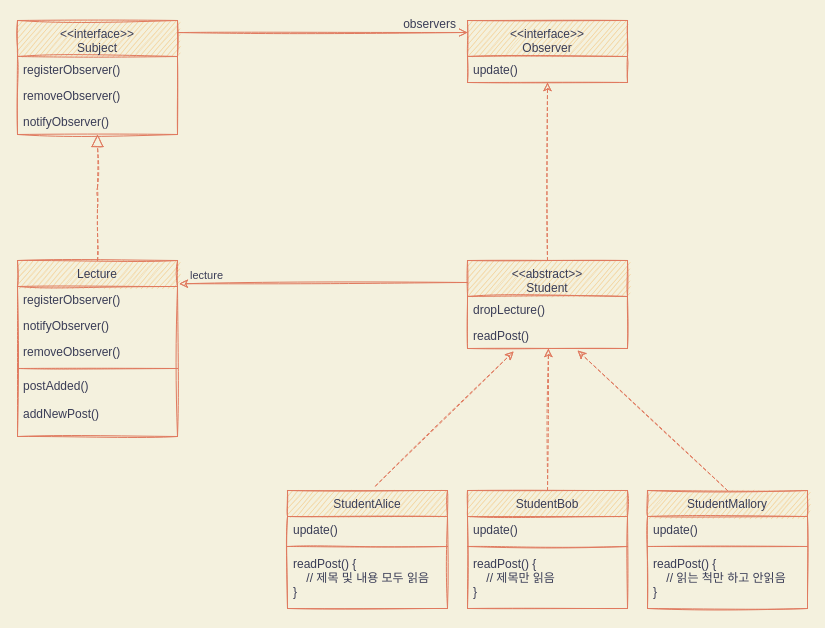
This is page "op1" (1 of 4) of ProgrammingLanguage/KwPl/ClassDiagram.drawio from geoje/KwUniversity, a draw.io file, before an edit. Source tidied: cells renumbered, new cells numbered last; positions are measured from the earlier drawing's top-left corner, leaving out a move shared by most shapes. Both pictures are drawn from the tidied source at 100%, with x=0, y=0 at pixel (17, 20).
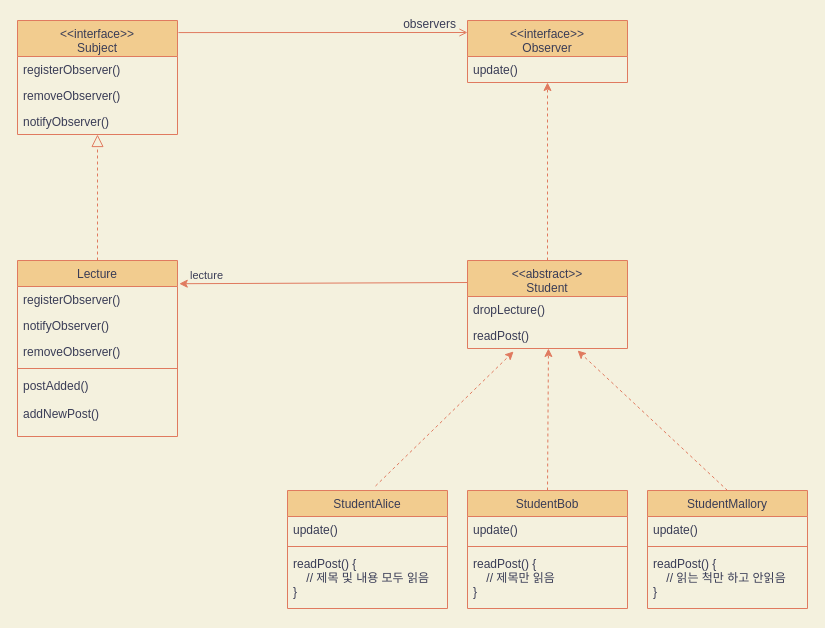
The same diagram, later.

The edit, as a diff of the source:
```diff
@@
-    <mxCell id="2" value="&lt;&lt;interface&gt;&gt;&#10;Subject" style="swimlane;fontStyle=0;align=center;verticalAlign=top;horizontal=1;startSize=36;shadow=0;strokeWidth=1;sketch=1;fillColor=#F2CC8F;strokeColor=#E07A5F;fontColor=#393C56;" parent="1" vertex="1">
+    <mxCell id="2" value="&lt;&lt;interface&gt;&gt;&#10;Subject" style="swimlane;fontStyle=0;align=center;verticalAlign=top;horizontal=1;startSize=36;shadow=0;strokeWidth=1;fillColor=#F2CC8F;strokeColor=#E07A5F;fontColor=#393C56;" parent="1" vertex="1">
       <mxGeometry width="160" height="114" as="geometry" />
     </mxCell>
-    <mxCell id="3" value="registerObserver()" style="text;align=left;verticalAlign=top;spacingLeft=4;spacingRight=4;overflow=hidden;sketch=1;fontColor=#393C56;" parent="2" vertex="1">
+    <mxCell id="3" value="registerObserver()" style="text;align=left;verticalAlign=top;spacingLeft=4;spacingRight=4;overflow=hidden;fontColor=#393C56;" parent="2" vertex="1">
       <mxGeometry y="36" width="160" height="26" as="geometry" />
     </mxCell>
-    <mxCell id="4" value="removeObserver()" style="text;align=left;verticalAlign=top;spacingLeft=4;spacingRight=4;overflow=hidden;shadow=0;html=0;sketch=1;fontColor=#393C56;" parent="2" vertex="1">
+    <mxCell id="4" value="removeObserver()" style="text;align=left;verticalAlign=top;spacingLeft=4;spacingRight=4;overflow=hidden;shadow=0;html=0;fontColor=#393C56;" parent="2" vertex="1">
       <mxGeometry y="62" width="160" height="26" as="geometry" />
     </mxCell>
-    <mxCell id="5" value="notifyObserver()" style="text;align=left;verticalAlign=top;spacingLeft=4;spacingRight=4;overflow=hidden;shadow=0;html=0;sketch=1;fontColor=#393C56;" parent="2" vertex="1">
+    <mxCell id="5" value="notifyObserver()" style="text;align=left;verticalAlign=top;spacingLeft=4;spacingRight=4;overflow=hidden;shadow=0;html=0;fontColor=#393C56;" parent="2" vertex="1">
       <mxGeometry y="88" width="160" height="26" as="geometry" />
     </mxCell>
-    <mxCell id="6" value="Lecture" style="swimlane;fontStyle=0;align=center;verticalAlign=top;horizontal=1;startSize=26;shadow=0;strokeWidth=1;sketch=1;fillColor=#F2CC8F;strokeColor=#E07A5F;fontColor=#393C56;" parent="1" vertex="1">
+    <mxCell id="6" value="Lecture" style="swimlane;fontStyle=0;align=center;verticalAlign=top;horizontal=1;startSize=26;shadow=0;strokeWidth=1;fillColor=#F2CC8F;strokeColor=#E07A5F;fontColor=#393C56;" parent="1" vertex="1">
       <mxGeometry y="240" width="160" height="176" as="geometry" />
     </mxCell>
-    <mxCell id="7" value="registerObserver()" style="text;align=left;verticalAlign=top;spacingLeft=4;spacingRight=4;overflow=hidden;sketch=1;fontColor=#393C56;" parent="6" vertex="1">
+    <mxCell id="7" value="registerObserver()" style="text;align=left;verticalAlign=top;spacingLeft=4;spacingRight=4;overflow=hidden;fontColor=#393C56;" parent="6" vertex="1">
       <mxGeometry y="26" width="160" height="26" as="geometry" />
     </mxCell>
-    <mxCell id="8" value="notifyObserver()" style="text;align=left;verticalAlign=top;spacingLeft=4;spacingRight=4;overflow=hidden;shadow=0;html=0;sketch=1;fontColor=#393C56;" parent="6" vertex="1">
+    <mxCell id="8" value="notifyObserver()" style="text;align=left;verticalAlign=top;spacingLeft=4;spacingRight=4;overflow=hidden;shadow=0;html=0;fontColor=#393C56;" parent="6" vertex="1">
       <mxGeometry y="52" width="160" height="26" as="geometry" />
     </mxCell>
-    <mxCell id="9" value="removeObserver()" style="text;align=left;verticalAlign=top;spacingLeft=4;spacingRight=4;overflow=hidden;shadow=0;html=0;sketch=1;fontColor=#393C56;" parent="6" vertex="1">
+    <mxCell id="9" value="removeObserver()" style="text;align=left;verticalAlign=top;spacingLeft=4;spacingRight=4;overflow=hidden;shadow=0;html=0;fontColor=#393C56;" parent="6" vertex="1">
       <mxGeometry y="78" width="160" height="26" as="geometry" />
     </mxCell>
-    <mxCell id="10" style="line;html=1;strokeWidth=1;align=left;verticalAlign=middle;spacingTop=-1;spacingLeft=3;spacingRight=3;labelPosition=right;sketch=1;labelBackgroundColor=#F4F1DE;fillColor=#F2CC8F;strokeColor=#E07A5F;fontColor=#393C56;" parent="6" vertex="1">
+    <mxCell id="10" style="line;html=1;strokeWidth=1;align=left;verticalAlign=middle;spacingTop=-1;spacingLeft=3;spacingRight=3;labelPosition=right;labelBackgroundColor=#F4F1DE;fillColor=#F2CC8F;strokeColor=#E07A5F;fontColor=#393C56;" parent="6" vertex="1">
       <mxGeometry y="104" width="160" height="8" as="geometry" />
     </mxCell>
-    <mxCell id="11" value="postAdded()" style="text;align=left;verticalAlign=top;spacingLeft=4;spacingRight=4;overflow=hidden;shadow=0;html=0;sketch=1;fontColor=#393C56;" parent="6" vertex="1">
+    <mxCell id="11" value="postAdded()" style="text;align=left;verticalAlign=top;spacingLeft=4;spacingRight=4;overflow=hidden;shadow=0;html=0;fontColor=#393C56;" parent="6" vertex="1">
       <mxGeometry y="112" width="160" height="28" as="geometry" />
     </mxCell>
-    <mxCell id="12" value="addNewPost()" style="text;align=left;verticalAlign=top;spacingLeft=4;spacingRight=4;overflow=hidden;sketch=1;fontColor=#393C56;" parent="6" vertex="1">
+    <mxCell id="12" value="addNewPost()" style="text;align=left;verticalAlign=top;spacingLeft=4;spacingRight=4;overflow=hidden;fontColor=#393C56;" parent="6" vertex="1">
       <mxGeometry y="140" width="160" height="26" as="geometry" />
     </mxCell>
-    <mxCell id="13" style="endArrow=block;endSize=10;endFill=0;shadow=0;strokeWidth=1;edgeStyle=elbowEdgeStyle;elbow=vertical;dashed=1;sketch=1;labelBackgroundColor=#F4F1DE;strokeColor=#E07A5F;fontColor=#393C56;" parent="1" edge="1" source="6" target="2">
+    <mxCell id="13" style="endArrow=block;endSize=10;endFill=0;shadow=0;strokeWidth=1;edgeStyle=elbowEdgeStyle;elbow=vertical;dashed=1;labelBackgroundColor=#F4F1DE;strokeColor=#E07A5F;fontColor=#393C56;" parent="1" edge="1" source="6" target="2">
       <mxGeometry relative="1" as="geometry" />
     </mxCell>
-    <mxCell id="14" value="&lt;&lt;interface&gt;&gt;&#10;Observer" style="swimlane;fontStyle=0;align=center;verticalAlign=top;horizontal=1;startSize=36;shadow=0;strokeWidth=1;sketch=1;fillColor=#F2CC8F;strokeColor=#E07A5F;fontColor=#393C56;" parent="1" vertex="1">
+    <mxCell id="14" value="&lt;&lt;interface&gt;&gt;&#10;Observer" style="swimlane;fontStyle=0;align=center;verticalAlign=top;horizontal=1;startSize=36;shadow=0;strokeWidth=1;fillColor=#F2CC8F;strokeColor=#E07A5F;fontColor=#393C56;" parent="1" vertex="1">
       <mxGeometry x="450" width="160" height="62" as="geometry" />
     </mxCell>
-    <mxCell id="15" value="update()" style="text;align=left;verticalAlign=top;spacingLeft=4;spacingRight=4;overflow=hidden;points=[[0,0.5],[1,0.5]];portConstraint=eastwest;sketch=1;fontColor=#393C56;" parent="14" vertex="1">
+    <mxCell id="15" value="update()" style="text;align=left;verticalAlign=top;spacingLeft=4;spacingRight=4;overflow=hidden;points=[[0,0.5],[1,0.5]];portConstraint=eastwest;fontColor=#393C56;" parent="14" vertex="1">
       <mxGeometry y="36" width="160" height="26" as="geometry" />
     </mxCell>
-    <mxCell id="16" style="endArrow=open;shadow=0;strokeWidth=1;endFill=1;edgeStyle=elbowEdgeStyle;elbow=vertical;exitX=1.006;exitY=0.106;exitDx=0;exitDy=0;exitPerimeter=0;sketch=1;labelBackgroundColor=#F4F1DE;strokeColor=#E07A5F;fontColor=#393C56;" parent="1" edge="1" source="2" target="14">
+    <mxCell id="16" style="endArrow=open;shadow=0;strokeWidth=1;endFill=1;edgeStyle=elbowEdgeStyle;elbow=vertical;exitX=1.006;exitY=0.106;exitDx=0;exitDy=0;exitPerimeter=0;labelBackgroundColor=#F4F1DE;strokeColor=#E07A5F;fontColor=#393C56;" parent="1" edge="1" source="2" target="14">
       <mxGeometry x="0.5" y="41" relative="1" as="geometry">
         <mxPoint x="-40" y="32" as="offset" />
       </mxGeometry>
     </mxCell>
-    <mxCell id="17" value="observers" style="align=right;verticalAlign=bottom;labelBackgroundColor=none;fontSize=12;sketch=1;fillColor=#F2CC8F;strokeColor=#E07A5F;fontColor=#393C56;" parent="16" vertex="1">
+    <mxCell id="17" value="observers" style="align=right;verticalAlign=bottom;labelBackgroundColor=none;fontSize=12;fillColor=#F2CC8F;strokeColor=#E07A5F;fontColor=#393C56;" parent="16" vertex="1">
       <mxGeometry x="1" relative="1" as="geometry">
         <mxPoint x="-10" as="offset" />
       </mxGeometry>
     </mxCell>
-    <mxCell id="18" value="&lt;&lt;abstract&gt;&gt;&#10;Student" style="swimlane;fontStyle=0;align=center;verticalAlign=top;horizontal=1;startSize=36;shadow=0;strokeWidth=1;sketch=1;fillColor=#F2CC8F;strokeColor=#E07A5F;fontColor=#393C56;" parent="1" vertex="1">
+    <mxCell id="18" value="&lt;&lt;abstract&gt;&gt;&#10;Student" style="swimlane;fontStyle=0;align=center;verticalAlign=top;horizontal=1;startSize=36;shadow=0;strokeWidth=1;fillColor=#F2CC8F;strokeColor=#E07A5F;fontColor=#393C56;" parent="1" vertex="1">
       <mxGeometry x="450" y="240" width="160" height="88" as="geometry" />
     </mxCell>
-    <mxCell id="19" value="dropLecture()" style="text;align=left;verticalAlign=top;spacingLeft=4;spacingRight=4;overflow=hidden;sketch=1;fontColor=#393C56;" parent="18" vertex="1">
+    <mxCell id="19" value="dropLecture()" style="text;align=left;verticalAlign=top;spacingLeft=4;spacingRight=4;overflow=hidden;fontColor=#393C56;" parent="18" vertex="1">
       <mxGeometry y="36" width="160" height="26" as="geometry" />
     </mxCell>
-    <mxCell id="20" value="readPost()" style="text;align=left;verticalAlign=top;spacingLeft=4;spacingRight=4;overflow=hidden;points=[[0,0.5],[1,0.5]];portConstraint=eastwest;sketch=1;fontColor=#393C56;" parent="18" vertex="1">
+    <mxCell id="20" value="readPost()" style="text;align=left;verticalAlign=top;spacingLeft=4;spacingRight=4;overflow=hidden;points=[[0,0.5],[1,0.5]];portConstraint=eastwest;fontColor=#393C56;" parent="18" vertex="1">
       <mxGeometry y="62" width="160" height="26" as="geometry" />
     </mxCell>
-    <mxCell id="21" style="endArrow=classic;html=1;exitX=0.5;exitY=0;exitDx=0;exitDy=0;dashed=1;sketch=1;labelBackgroundColor=#F4F1DE;strokeColor=#E07A5F;fontColor=#393C56;" parent="1" edge="1" source="18" target="15">
+    <mxCell id="21" style="endArrow=classic;html=1;exitX=0.5;exitY=0;exitDx=0;exitDy=0;dashed=1;labelBackgroundColor=#F4F1DE;strokeColor=#E07A5F;fontColor=#393C56;" parent="1" edge="1" source="18" target="15">
       <mxGeometry relative="1" as="geometry" />
     </mxCell>
-    <mxCell id="22" value="StudentBob" style="swimlane;fontStyle=0;align=center;verticalAlign=top;horizontal=1;startSize=26;shadow=0;strokeWidth=1;sketch=1;fillColor=#F2CC8F;strokeColor=#E07A5F;fontColor=#393C56;" parent="1" vertex="1">
+    <mxCell id="22" value="StudentBob" style="swimlane;fontStyle=0;align=center;verticalAlign=top;horizontal=1;startSize=26;shadow=0;strokeWidth=1;fillColor=#F2CC8F;strokeColor=#E07A5F;fontColor=#393C56;" parent="1" vertex="1">
       <mxGeometry x="450" y="470" width="160" height="118" as="geometry" />
     </mxCell>
-    <mxCell id="23" value="update()" style="text;align=left;verticalAlign=top;spacingLeft=4;spacingRight=4;overflow=hidden;sketch=1;fontColor=#393C56;" parent="22" vertex="1">
+    <mxCell id="23" value="update()" style="text;align=left;verticalAlign=top;spacingLeft=4;spacingRight=4;overflow=hidden;fontColor=#393C56;" parent="22" vertex="1">
       <mxGeometry y="26" width="160" height="26" as="geometry" />
     </mxCell>
-    <mxCell id="24" style="line;html=1;strokeWidth=1;align=left;verticalAlign=middle;spacingTop=-1;spacingLeft=3;spacingRight=3;labelPosition=right;sketch=1;labelBackgroundColor=#F4F1DE;fillColor=#F2CC8F;strokeColor=#E07A5F;fontColor=#393C56;" parent="22" vertex="1">
+    <mxCell id="24" style="line;html=1;strokeWidth=1;align=left;verticalAlign=middle;spacingTop=-1;spacingLeft=3;spacingRight=3;labelPosition=right;labelBackgroundColor=#F4F1DE;fillColor=#F2CC8F;strokeColor=#E07A5F;fontColor=#393C56;" parent="22" vertex="1">
       <mxGeometry y="52" width="160" height="8" as="geometry" />
     </mxCell>
-    <mxCell id="25" value="readPost() {&#10;    // 제목만 읽음&#10;}" style="text;align=left;verticalAlign=top;spacingLeft=4;spacingRight=4;overflow=hidden;sketch=1;fontColor=#393C56;" parent="22" vertex="1">
+    <mxCell id="25" value="readPost() {&#10;    // 제목만 읽음&#10;}" style="text;align=left;verticalAlign=top;spacingLeft=4;spacingRight=4;overflow=hidden;fontColor=#393C56;" parent="22" vertex="1">
       <mxGeometry y="60" width="160" height="58" as="geometry" />
     </mxCell>
-    <mxCell id="26" value="StudentAlice" style="swimlane;fontStyle=0;align=center;verticalAlign=top;horizontal=1;startSize=26;shadow=0;strokeWidth=1;sketch=1;fillColor=#F2CC8F;strokeColor=#E07A5F;fontColor=#393C56;" parent="1" vertex="1">
+    <mxCell id="26" value="StudentAlice" style="swimlane;fontStyle=0;align=center;verticalAlign=top;horizontal=1;startSize=26;shadow=0;strokeWidth=1;fillColor=#F2CC8F;strokeColor=#E07A5F;fontColor=#393C56;" parent="1" vertex="1">
       <mxGeometry x="270" y="470" width="160" height="118" as="geometry" />
     </mxCell>
-    <mxCell id="27" value="update()" style="text;align=left;verticalAlign=top;spacingLeft=4;spacingRight=4;overflow=hidden;sketch=1;fontColor=#393C56;" parent="26" vertex="1">
+    <mxCell id="27" value="update()" style="text;align=left;verticalAlign=top;spacingLeft=4;spacingRight=4;overflow=hidden;fontColor=#393C56;" parent="26" vertex="1">
       <mxGeometry y="26" width="160" height="26" as="geometry" />
     </mxCell>
-    <mxCell id="28" style="line;html=1;strokeWidth=1;align=left;verticalAlign=middle;spacingTop=-1;spacingLeft=3;spacingRight=3;labelPosition=right;sketch=1;labelBackgroundColor=#F4F1DE;fillColor=#F2CC8F;strokeColor=#E07A5F;fontColor=#393C56;" parent="26" vertex="1">
+    <mxCell id="28" style="line;html=1;strokeWidth=1;align=left;verticalAlign=middle;spacingTop=-1;spacingLeft=3;spacingRight=3;labelPosition=right;labelBackgroundColor=#F4F1DE;fillColor=#F2CC8F;strokeColor=#E07A5F;fontColor=#393C56;" parent="26" vertex="1">
       <mxGeometry y="52" width="160" height="8" as="geometry" />
     </mxCell>
-    <mxCell id="29" value="readPost() {&#10;    // 제목 및 내용 모두 읽음&#10;}" style="text;align=left;verticalAlign=top;spacingLeft=4;spacingRight=4;overflow=hidden;sketch=1;fontColor=#393C56;" parent="26" vertex="1">
+    <mxCell id="29" value="readPost() {&#10;    // 제목 및 내용 모두 읽음&#10;}" style="text;align=left;verticalAlign=top;spacingLeft=4;spacingRight=4;overflow=hidden;fontColor=#393C56;" parent="26" vertex="1">
       <mxGeometry y="60" width="160" height="58" as="geometry" />
     </mxCell>
-    <mxCell id="30" value="StudentMallory" style="swimlane;fontStyle=0;align=center;verticalAlign=top;horizontal=1;startSize=26;shadow=0;strokeWidth=1;sketch=1;fillColor=#F2CC8F;strokeColor=#E07A5F;fontColor=#393C56;" parent="1" vertex="1">
+    <mxCell id="30" value="StudentMallory" style="swimlane;fontStyle=0;align=center;verticalAlign=top;horizontal=1;startSize=26;shadow=0;strokeWidth=1;fillColor=#F2CC8F;strokeColor=#E07A5F;fontColor=#393C56;" parent="1" vertex="1">
       <mxGeometry x="630" y="470" width="160" height="118" as="geometry" />
     </mxCell>
-    <mxCell id="31" value="update()" style="text;align=left;verticalAlign=top;spacingLeft=4;spacingRight=4;overflow=hidden;sketch=1;fontColor=#393C56;" parent="30" vertex="1">
+    <mxCell id="31" value="update()" style="text;align=left;verticalAlign=top;spacingLeft=4;spacingRight=4;overflow=hidden;fontColor=#393C56;" parent="30" vertex="1">
       <mxGeometry y="26" width="160" height="26" as="geometry" />
     </mxCell>
-    <mxCell id="32" style="line;html=1;strokeWidth=1;align=left;verticalAlign=middle;spacingTop=-1;spacingLeft=3;spacingRight=3;labelPosition=right;sketch=1;labelBackgroundColor=#F4F1DE;fillColor=#F2CC8F;strokeColor=#E07A5F;fontColor=#393C56;" parent="30" vertex="1">
+    <mxCell id="32" style="line;html=1;strokeWidth=1;align=left;verticalAlign=middle;spacingTop=-1;spacingLeft=3;spacingRight=3;labelPosition=right;labelBackgroundColor=#F4F1DE;fillColor=#F2CC8F;strokeColor=#E07A5F;fontColor=#393C56;" parent="30" vertex="1">
       <mxGeometry y="52" width="160" height="8" as="geometry" />
     </mxCell>
-    <mxCell id="33" value="readPost() {&#10;    // 읽는 척만 하고 안읽음&#10;}" style="text;align=left;verticalAlign=top;spacingLeft=4;spacingRight=4;overflow=hidden;sketch=1;fontColor=#393C56;" parent="30" vertex="1">
+    <mxCell id="33" value="readPost() {&#10;    // 읽는 척만 하고 안읽음&#10;}" style="text;align=left;verticalAlign=top;spacingLeft=4;spacingRight=4;overflow=hidden;fontColor=#393C56;" parent="30" vertex="1">
       <mxGeometry y="60" width="160" height="58" as="geometry" />
     </mxCell>
-    <mxCell id="34" style="endArrow=classic;html=1;exitX=0.55;exitY=-0.038;exitDx=0;exitDy=0;dashed=1;entryX=0.288;entryY=1.115;entryDx=0;entryDy=0;entryPerimeter=0;exitPerimeter=0;sketch=1;labelBackgroundColor=#F4F1DE;strokeColor=#E07A5F;fontColor=#393C56;" parent="1" edge="1" source="26" target="20">
+    <mxCell id="34" style="endArrow=classic;html=1;exitX=0.55;exitY=-0.038;exitDx=0;exitDy=0;dashed=1;entryX=0.288;entryY=1.115;entryDx=0;entryDy=0;entryPerimeter=0;exitPerimeter=0;labelBackgroundColor=#F4F1DE;strokeColor=#E07A5F;fontColor=#393C56;" parent="1" edge="1" source="26" target="20">
       <mxGeometry relative="1" as="geometry" />
     </mxCell>
-    <mxCell id="35" style="endArrow=classic;html=1;exitX=0.5;exitY=0;exitDx=0;exitDy=0;dashed=1;entryX=0.506;entryY=1;entryDx=0;entryDy=0;entryPerimeter=0;sketch=1;labelBackgroundColor=#F4F1DE;strokeColor=#E07A5F;fontColor=#393C56;" parent="1" edge="1" source="22" target="20">
+    <mxCell id="35" style="endArrow=classic;html=1;exitX=0.5;exitY=0;exitDx=0;exitDy=0;dashed=1;entryX=0.506;entryY=1;entryDx=0;entryDy=0;entryPerimeter=0;labelBackgroundColor=#F4F1DE;strokeColor=#E07A5F;fontColor=#393C56;" parent="1" edge="1" source="22" target="20">
       <mxGeometry relative="1" as="geometry" />
     </mxCell>
-    <mxCell id="36" style="endArrow=classic;html=1;exitX=0.5;exitY=0;exitDx=0;exitDy=0;dashed=1;entryX=0.688;entryY=1.077;entryDx=0;entryDy=0;entryPerimeter=0;sketch=1;labelBackgroundColor=#F4F1DE;strokeColor=#E07A5F;fontColor=#393C56;" parent="1" edge="1" source="30" target="20">
+    <mxCell id="36" style="endArrow=classic;html=1;exitX=0.5;exitY=0;exitDx=0;exitDy=0;dashed=1;entryX=0.688;entryY=1.077;entryDx=0;entryDy=0;entryPerimeter=0;labelBackgroundColor=#F4F1DE;strokeColor=#E07A5F;fontColor=#393C56;" parent="1" edge="1" source="30" target="20">
       <mxGeometry relative="1" as="geometry" />
     </mxCell>
-    <mxCell id="37" value="lecture" style="endArrow=classic;html=1;exitX=0;exitY=0.25;exitDx=0;exitDy=0;entryX=1.011;entryY=0.132;entryDx=0;entryDy=0;entryPerimeter=0;sketch=1;labelBackgroundColor=#F4F1DE;strokeColor=#E07A5F;fontColor=#393C56;" parent="1" edge="1" source="18" target="6">
+    <mxCell id="37" value="lecture" style="endArrow=classic;html=1;exitX=0;exitY=0.25;exitDx=0;exitDy=0;entryX=1.011;entryY=0.132;entryDx=0;entryDy=0;entryPerimeter=0;labelBackgroundColor=#F4F1DE;strokeColor=#E07A5F;fontColor=#393C56;" parent="1" edge="1" source="18" target="6">
       <mxGeometry x="0.81" y="-8" relative="1" as="geometry" />
     </mxCell>
```
